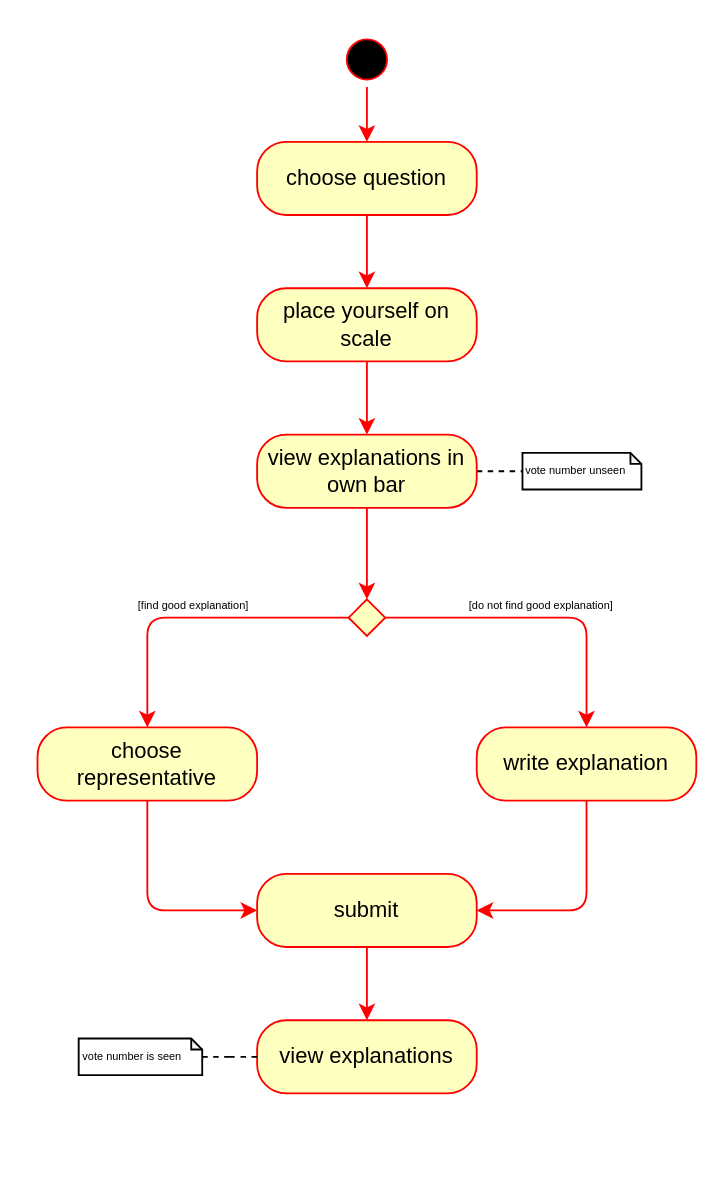
Before: page "Choose or Create" (4 of 7) of diagrams/userflow.drawio in GabrielKP/vice-versa, a draw.io diagram. Source tidied: cells renumbered, new cells numbered last; positions are measured from the earlier drawing's top-left corner, leaving out a move shared by most shapes. Both pictures are drawn from the tidied source at 183%, with x=0, y=0 at pixel (37, 31).
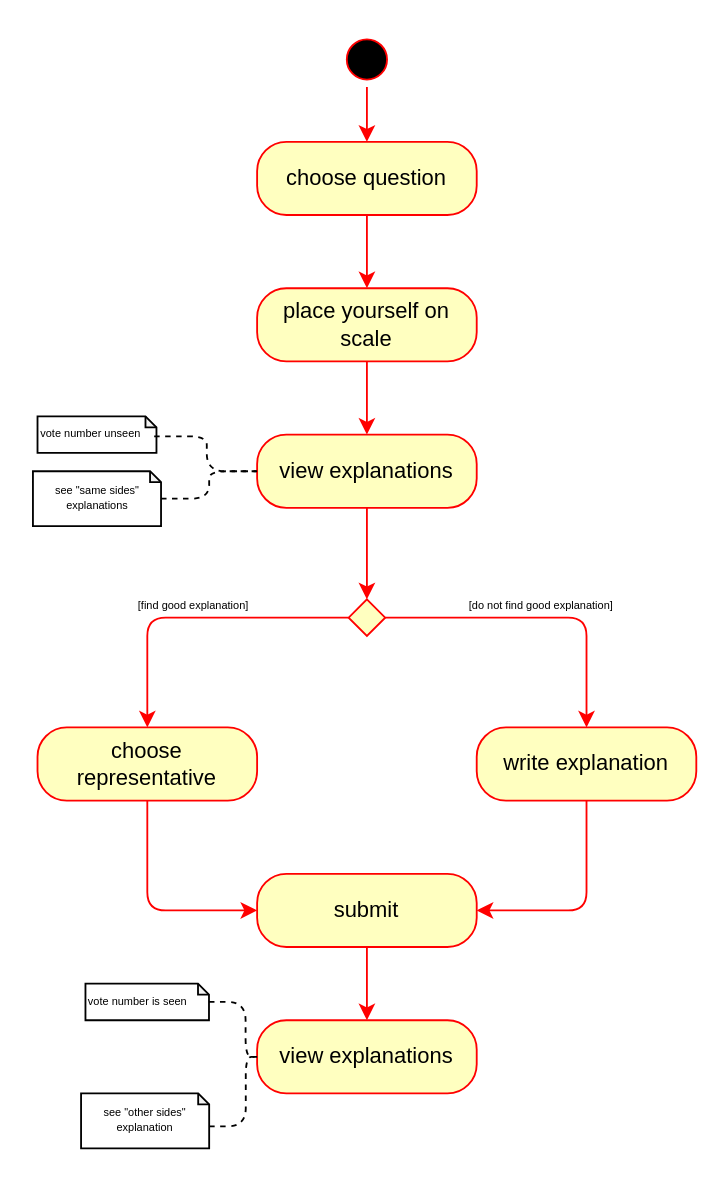
Above is the later version.

Commit message (it also covers changes not shown here):
consistency, added explanations

The change refers to these unchanged cells:
```xml
<mxCell id="14" value="view explanations" style="rounded=1;whiteSpace=wrap;html=1;arcSize=40;fontColor=#000000;fillColor=#ffffc0;strokeColor=#ff0000;" parent="1" vertex="1">
  <mxGeometry x="120" y="540" width="120" height="40" as="geometry" />
</mxCell>
```

What changed in the source:
```diff
@@
-    <mxCell id="17" style="edgeStyle=orthogonalEdgeStyle;rounded=1;jettySize=auto;html=1;exitX=1;exitY=0.5;exitDx=0;exitDy=0;entryX=0;entryY=0.5;entryDx=0;entryDy=0;entryPerimeter=0;dashed=1;endArrow=none;endFill=0;strokeColor=#000000;fontSize=6;align=left;" parent="1" edge="1" source="18" target="21">
+    <mxCell id="17" style="edgeStyle=orthogonalEdgeStyle;rounded=1;jettySize=auto;html=1;exitX=0;exitY=0.5;exitDx=0;exitDy=0;dashed=1;endArrow=none;endFill=0;strokeColor=#000000;fontSize=6;align=left;entryX=0.979;entryY=0.547;entryDx=0;entryDy=0;entryPerimeter=0;" parent="1" edge="1" source="18" target="21">
       <mxGeometry relative="1" as="geometry" />
     </mxCell>
-    <mxCell id="18" value="&lt;div&gt;view explanations in own bar&lt;/div&gt;" style="rounded=1;whiteSpace=wrap;html=1;arcSize=40;fontColor=#000000;fillColor=#ffffc0;strokeColor=#ff0000;" parent="1" vertex="1">
+    <mxCell id="18" value="&lt;div&gt;view explanations&lt;br&gt;&lt;/div&gt;" style="rounded=1;whiteSpace=wrap;html=1;arcSize=40;fontColor=#000000;fillColor=#ffffc0;strokeColor=#ff0000;" parent="1" vertex="1">
       <mxGeometry x="120" y="220" width="120" height="40" as="geometry" />
     </mxCell>
@@
     <mxCell id="21" value="vote number unseen" style="shape=note;whiteSpace=wrap;html=1;backgroundOutline=1;darkOpacity=0.05;fillColor=none;gradientColor=none;fontSize=6;align=left;size=6;" parent="1" vertex="1">
-      <mxGeometry x="265" y="230" width="65" height="20" as="geometry" />
+      <mxGeometry y="210" width="65" height="20" as="geometry" />
     </mxCell>
@@
     <mxCell id="23" value="vote number is seen" style="shape=note;whiteSpace=wrap;html=1;backgroundOutline=1;darkOpacity=0.05;fillColor=none;gradientColor=none;fontSize=6;align=left;size=6;" parent="1" vertex="1">
-      <mxGeometry x="22.5" y="550" width="67.5" height="20" as="geometry" />
+      <mxGeometry x="26.2" y="520" width="67.5" height="20" as="geometry" />
     </mxCell>
+    <mxCell id="24" value="see &quot;other sides&quot; explanation" style="shape=note;whiteSpace=wrap;html=1;backgroundOutline=1;darkOpacity=0.05;fillColor=none;gradientColor=none;fontSize=6;align=center;size=6;" parent="1" vertex="1">
+      <mxGeometry x="23.8" y="580" width="70" height="30" as="geometry" />
+    </mxCell>
+    <mxCell id="25" style="edgeStyle=orthogonalEdgeStyle;rounded=1;jettySize=auto;html=1;dashed=1;endArrow=none;endFill=0;strokeColor=#000000;fontSize=6;align=left;entryX=0;entryY=0.5;entryDx=0;entryDy=0;exitX=0;exitY=0;exitDx=70;exitDy=18;exitPerimeter=0;" parent="1" edge="1" source="24" target="14">
+      <mxGeometry relative="1" as="geometry" />
+    </mxCell>
+    <mxCell id="26" style="edgeStyle=orthogonalEdgeStyle;rounded=1;jettySize=auto;html=1;entryX=0;entryY=0.5;entryDx=0;entryDy=0;dashed=1;endArrow=none;endFill=0;" parent="1" edge="1" source="27" target="18">
+      <mxGeometry relative="1" as="geometry" />
+    </mxCell>
+    <mxCell id="27" value="see &quot;same sides&quot; explanations" style="shape=note;whiteSpace=wrap;html=1;backgroundOutline=1;darkOpacity=0.05;fillColor=none;gradientColor=none;fontSize=6;align=center;size=6;" parent="1" vertex="1">
+      <mxGeometry x="-2.5" y="240" width="70" height="30" as="geometry" />
+    </mxCell>
```
